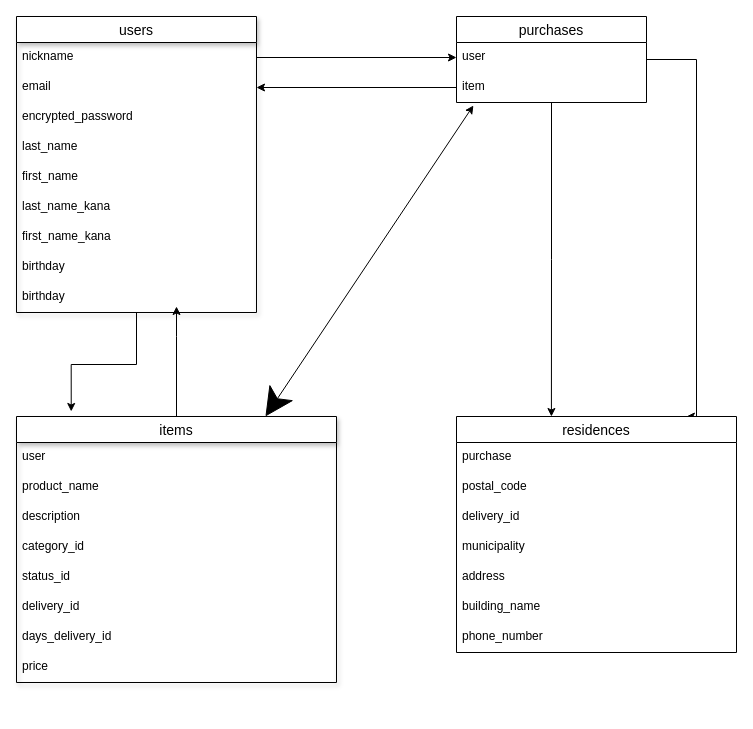
Above: README.dio in tatsuyakimura1127/furima-36075 (draw.io), before the change. Source tidied: cells renumbered, new cells numbered last; positions are measured from the earlier drawing's top-left corner, leaving out a move shared by most shapes. Both pictures are drawn from the tidied source at 100%, with x=0, y=0 at pixel (16, 16).
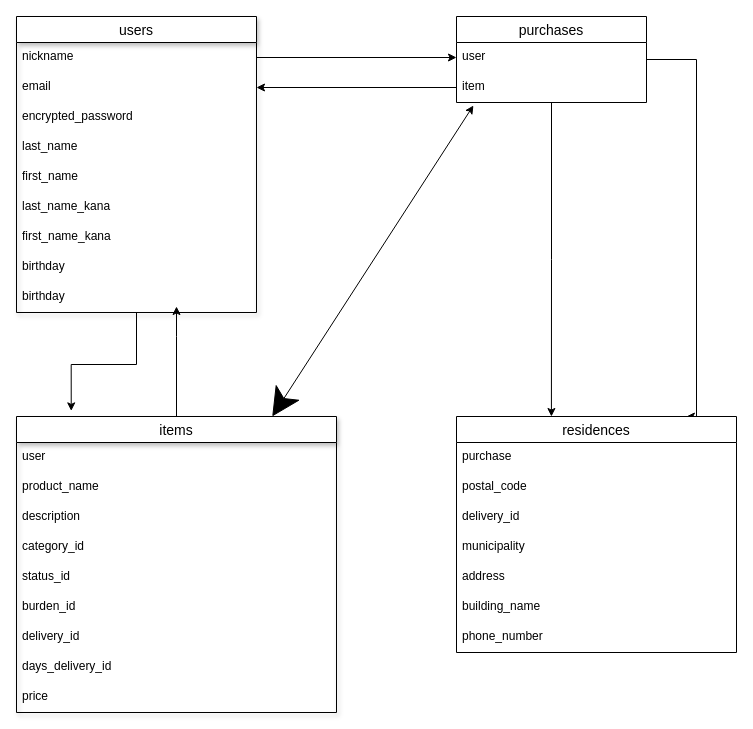
The same diagram, later.

Commit message (it also covers changes not shown here):
データベース設計の修正4

Change to the diagram source:
```diff
@@
     <mxCell id="27" value="items" style="swimlane;fontStyle=0;horizontal=1;startSize=26;align=center;fontSize=14;shadow=1;" parent="1" vertex="1">
-      <mxGeometry y="400" width="320" height="266" as="geometry" />
+      <mxGeometry y="400" width="320" height="296" as="geometry" />
     </mxCell>
@@
-    <mxCell id="33" value="delivery_id" style="text;strokeColor=none;fillColor=none;spacingLeft=4;spacingRight=4;overflow=hidden;fontSize=12;" parent="27" vertex="1">
+    <mxCell id="33" value="burden_id" style="text;strokeColor=none;fillColor=none;spacingLeft=4;spacingRight=4;overflow=hidden;fontSize=12;" parent="27" vertex="1">
       <mxGeometry y="176" width="320" height="30" as="geometry" />
     </mxCell>
-    <mxCell id="34" value="days_delivery_id" style="text;strokeColor=none;fillColor=none;spacingLeft=4;spacingRight=4;overflow=hidden;fontSize=12;" parent="27" vertex="1">
+    <mxCell id="34" value="delivery_id" style="text;strokeColor=none;fillColor=none;spacingLeft=4;spacingRight=4;overflow=hidden;fontSize=12;" parent="27" vertex="1">
       <mxGeometry y="206" width="320" height="30" as="geometry" />
     </mxCell>
-    <mxCell id="35" value="price" style="text;strokeColor=none;fillColor=none;spacingLeft=4;spacingRight=4;overflow=hidden;fontSize=12;" parent="27" vertex="1">
+    <mxCell id="35" value="days_delivery_id" style="text;strokeColor=none;fillColor=none;spacingLeft=4;spacingRight=4;overflow=hidden;fontSize=12;" parent="27" vertex="1">
       <mxGeometry y="236" width="320" height="30" as="geometry" />
     </mxCell>
+    <mxCell id="39" value="price" style="text;strokeColor=none;fillColor=none;spacingLeft=4;spacingRight=4;overflow=hidden;fontSize=12;" parent="27" vertex="1">
+      <mxGeometry y="266" width="320" height="30" as="geometry" />
+    </mxCell>
```
